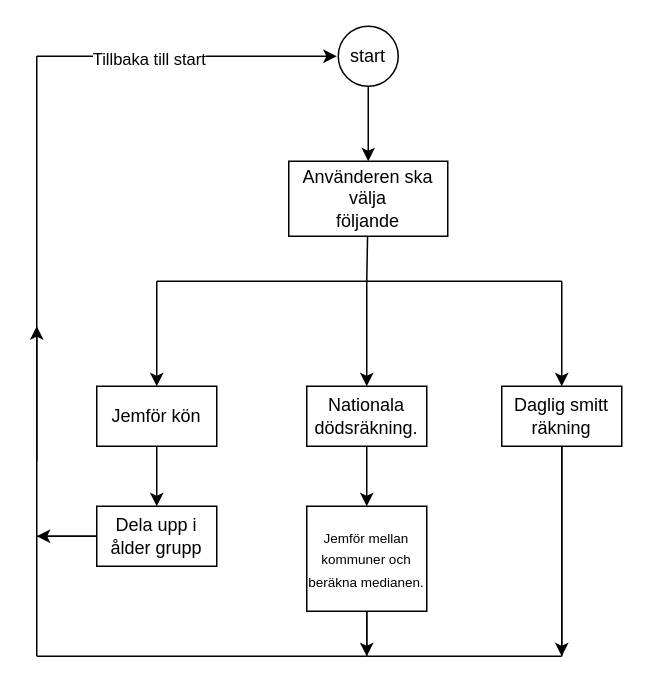
axeljornulf/axel_jornulf_te19d keeps this draw.io diagram as planering.drawio. Above is the earlier version. Source tidied: cells renumbered, new cells numbered last; positions are measured from the earlier drawing's top-left corner, leaving out a move shared by most shapes. Both pictures are drawn from the tidied source at 150%, with x=0, y=0 at pixel (36, 26).
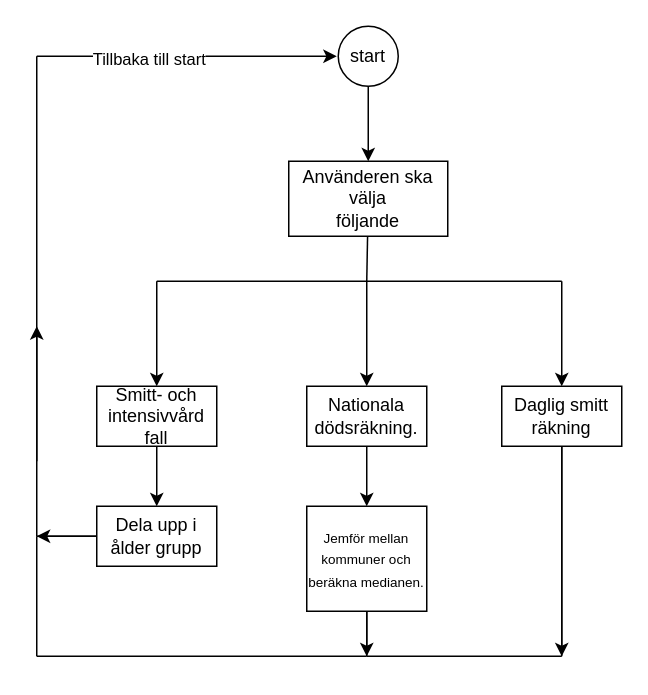
The same diagram, later.

The edit, as a diff of the source:
```diff
@@
-    <mxCell id="8" value="Jemför kön" style="rounded=0;whiteSpace=wrap;html=1;" parent="1" vertex="1">
+    <mxCell id="8" value="Smitt- och intensivvård fall" style="rounded=0;whiteSpace=wrap;html=1;" parent="1" vertex="1">
       <mxGeometry x="40" y="240" width="80" height="40" as="geometry" />
     </mxCell>
```
